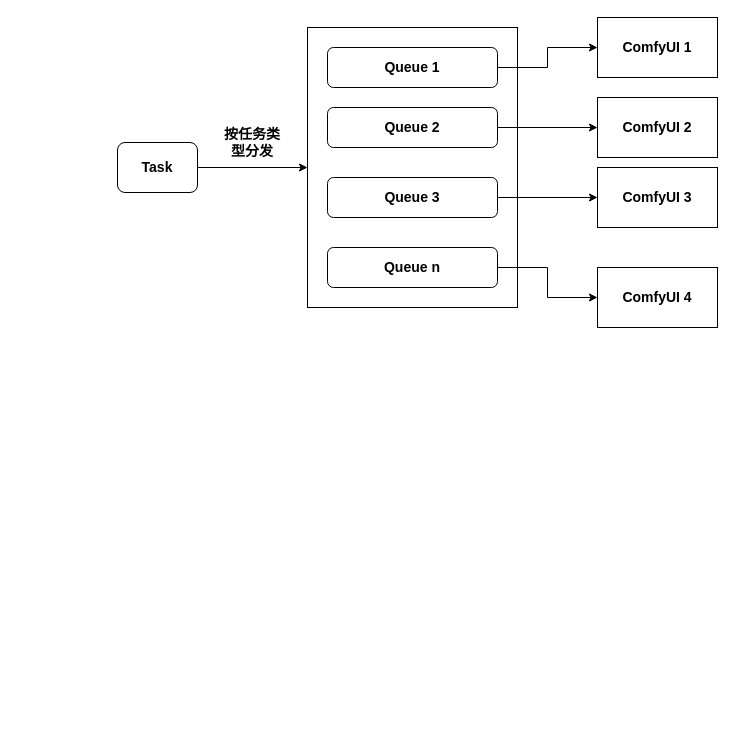
Before: longpean/AIGC服务监控预警.drawio in GitHeP/diagrams, a draw.io diagram. Source tidied: cells renumbered, new cells numbered last; positions are measured from the earlier drawing's top-left corner, leaving out a move shared by most shapes. Both pictures are drawn from the tidied source at 100%, with x=0, y=0 at pixel (117, 17).
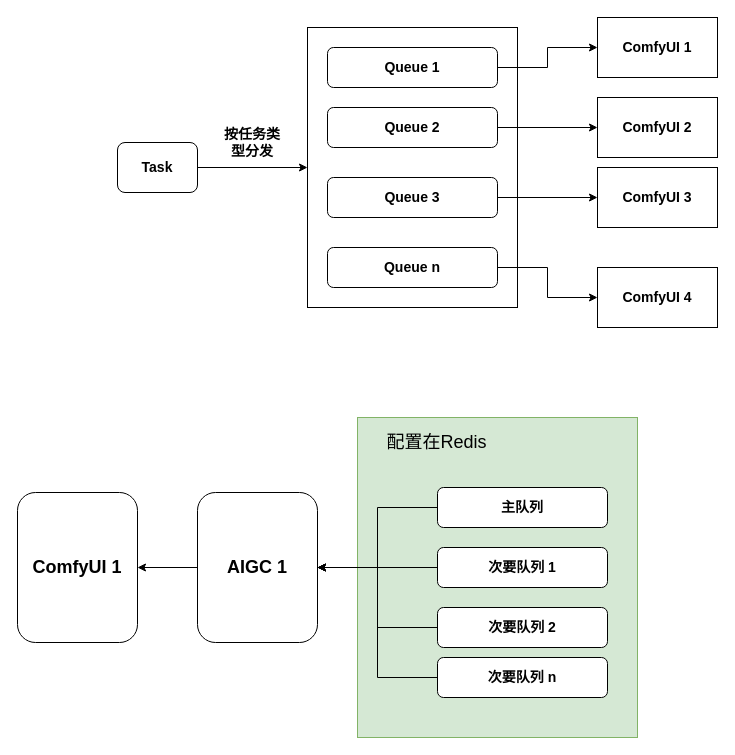
The same diagram, later.

Commit message:
更新AIGC服务监控预警.drawio

What changed in the source:
```diff
@@
+    <mxCell id="18" style="rounded=0;whiteSpace=wrap;html=1;fillColor=#d5e8d4;strokeColor=#82b366;" parent="1" vertex="1">
+      <mxGeometry x="240" y="400" width="280" height="320" as="geometry" />
+    </mxCell>
@@
+    <mxCell id="19" style="edgeStyle=orthogonalEdgeStyle;rounded=0;jettySize=auto;html=1;" parent="1" edge="1" source="20" target="25">
+      <mxGeometry relative="1" as="geometry" />
+    </mxCell>
+    <mxCell id="20" value="&lt;font style=&quot;font-size: 18px;&quot;&gt;&lt;b&gt;AIGC 1&lt;/b&gt;&lt;/font&gt;" style="rounded=1;whiteSpace=wrap;html=1;" parent="1" vertex="1">
+      <mxGeometry x="80" y="475" width="120" height="150" as="geometry" />
+    </mxCell>
+    <mxCell id="21" style="edgeStyle=orthogonalEdgeStyle;rounded=0;jettySize=auto;html=1;entryX=1;entryY=0.5;entryDx=0;entryDy=0;" parent="1" edge="1" source="22" target="20">
+      <mxGeometry relative="1" as="geometry" />
+    </mxCell>
+    <mxCell id="22" value="&lt;b&gt;&lt;font style=&quot;font-size: 14px;&quot;&gt;主队列&lt;/font&gt;&lt;/b&gt;" style="rounded=1;whiteSpace=wrap;html=1;" parent="1" vertex="1">
+      <mxGeometry x="320" y="470" width="170" height="40" as="geometry" />
+    </mxCell>
+    <mxCell id="23" style="edgeStyle=orthogonalEdgeStyle;rounded=0;jettySize=auto;html=1;entryX=1;entryY=0.5;entryDx=0;entryDy=0;" parent="1" edge="1" source="24" target="20">
+      <mxGeometry relative="1" as="geometry" />
+    </mxCell>
+    <mxCell id="24" value="&lt;b&gt;&lt;font style=&quot;font-size: 14px;&quot;&gt;次要队列 1&lt;/font&gt;&lt;/b&gt;" style="rounded=1;whiteSpace=wrap;html=1;" parent="1" vertex="1">
+      <mxGeometry x="320" y="530" width="170" height="40" as="geometry" />
+    </mxCell>
+    <mxCell id="25" value="&lt;font style=&quot;font-size: 18px;&quot;&gt;&lt;b&gt;ComfyUI 1&lt;/b&gt;&lt;/font&gt;" style="rounded=1;whiteSpace=wrap;html=1;" parent="1" vertex="1">
+      <mxGeometry x="-100" y="475" width="120" height="150" as="geometry" />
+    </mxCell>
+    <mxCell id="26" style="edgeStyle=orthogonalEdgeStyle;rounded=0;jettySize=auto;html=1;entryX=1;entryY=0.5;entryDx=0;entryDy=0;" parent="1" edge="1" source="27" target="20">
+      <mxGeometry relative="1" as="geometry" />
+    </mxCell>
+    <mxCell id="27" value="&lt;b&gt;&lt;font style=&quot;font-size: 14px;&quot;&gt;次要队列 2&lt;/font&gt;&lt;/b&gt;" style="rounded=1;whiteSpace=wrap;html=1;" parent="1" vertex="1">
+      <mxGeometry x="320" y="590" width="170" height="40" as="geometry" />
+    </mxCell>
+    <mxCell id="28" value="&lt;font style=&quot;font-size: 18px;&quot;&gt;配置在Redis&amp;nbsp;&lt;/font&gt;" style="text;html=1;align=center;verticalAlign=middle;whiteSpace=wrap;rounded=0;" parent="1" vertex="1">
+      <mxGeometry x="264" y="410" width="116" height="30" as="geometry" />
+    </mxCell>
+    <mxCell id="29" style="edgeStyle=orthogonalEdgeStyle;rounded=0;jettySize=auto;html=1;entryX=1;entryY=0.5;entryDx=0;entryDy=0;" parent="1" edge="1" source="30" target="20">
+      <mxGeometry relative="1" as="geometry" />
+    </mxCell>
+    <mxCell id="30" value="&lt;b&gt;&lt;font style=&quot;font-size: 14px;&quot;&gt;次要队列 n&lt;/font&gt;&lt;/b&gt;" style="rounded=1;whiteSpace=wrap;html=1;" parent="1" vertex="1">
+      <mxGeometry x="320" y="640" width="170" height="40" as="geometry" />
+    </mxCell>
```
